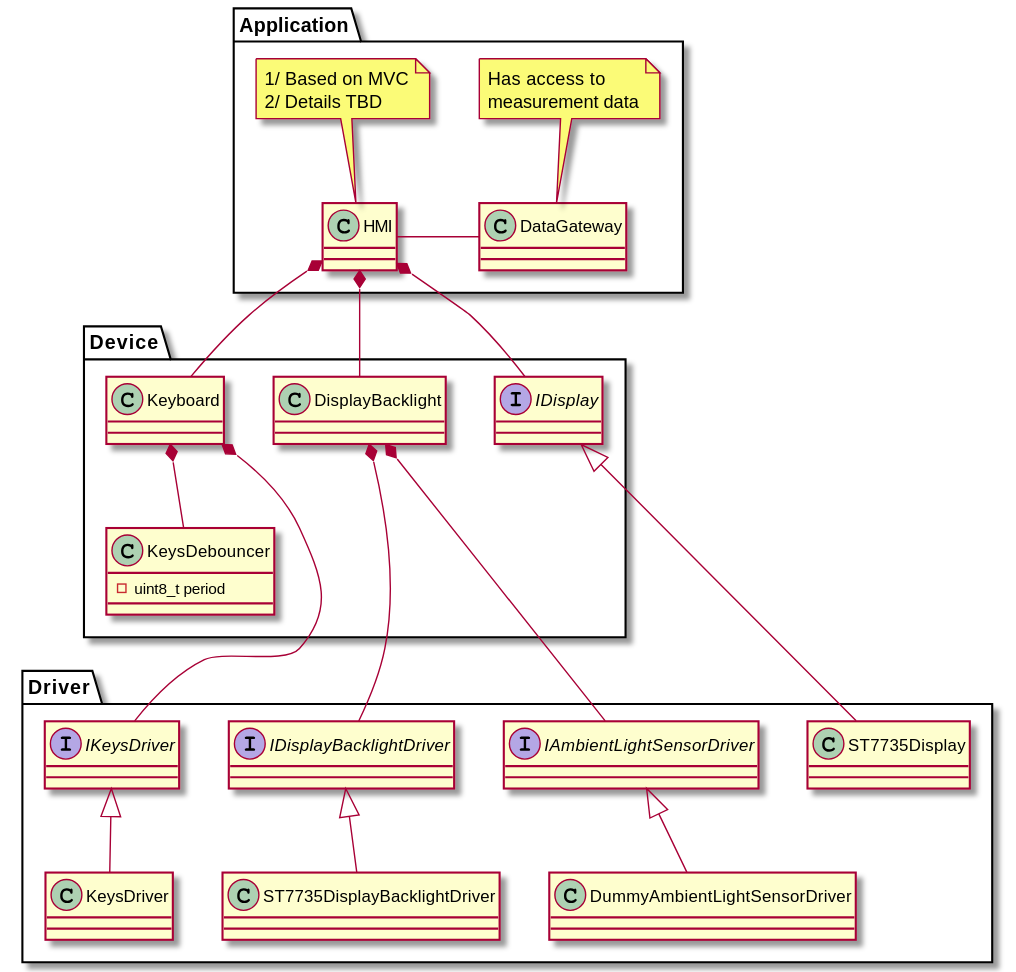
RobertGawron/HardwareDataLogger keeps this PlantUML diagram as Documentation/Diagrams/Export/Documentation/Diagrams/Source/NUCLEO-F103RB/HMI_Class_Diagram.svg. Above is the earlier version.
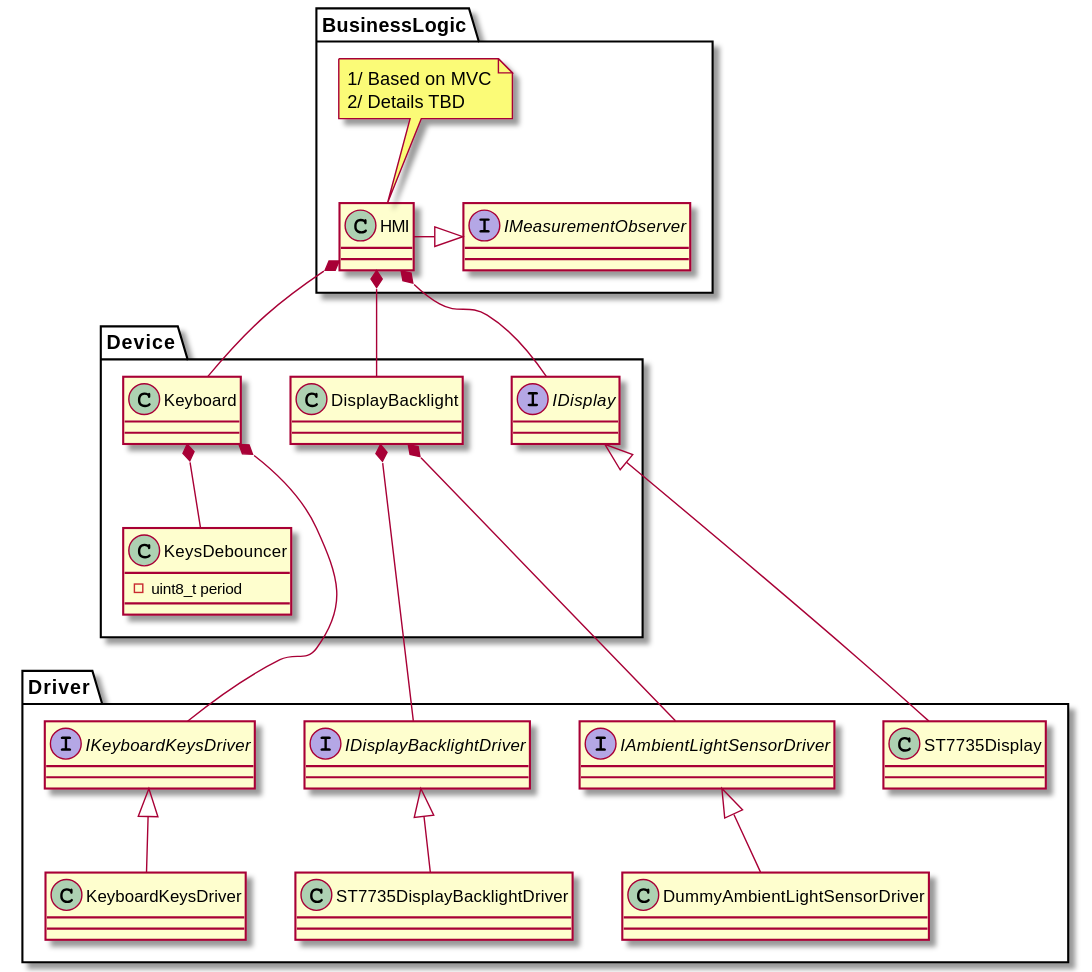
Later version of the same file.

The edit, as a diff of the source:
```diff
@@ -1,17 +1,13 @@
 @startuml
 
-package Application {
+package BusinessLogic {
     note top of HMI
     1/ Based on MVC
     2/ Details TBD
     end note
     class HMI
 
-    note top of DataGateway
-    Has access to
-    measurement data
-    end note
-    class DataGateway
+    interface IMeasurementObserver
 
 }
 
@@ -38,9 +34,9 @@
     class ST7735Display
     IDisplay <|-- ST7735Display
 
-    interface IKeysDriver
-    IKeysDriver <|-- KeysDriver
-    class KeysDriver
+    interface IKeyboardKeysDriver
+    IKeyboardKeysDriver <|-- KeyboardKeysDriver
+    class KeyboardKeysDriver
 }
 
 
@@ -51,12 +47,12 @@
 DisplayBacklight *-- IAmbientLightSensorDriver
 DisplayBacklight *-- IDisplayBacklightDriver
 
-Keyboard *--- IKeysDriver
+Keyboard *--- IKeyboardKeysDriver
 Keyboard *-- KeysDebouncer
 
 HMI *-- IDisplay
 HMI *-- DisplayBacklight
 HMI *-- Keyboard
-HMI - DataGateway
+HMI -|> IMeasurementObserver
 
 @enduml
```
